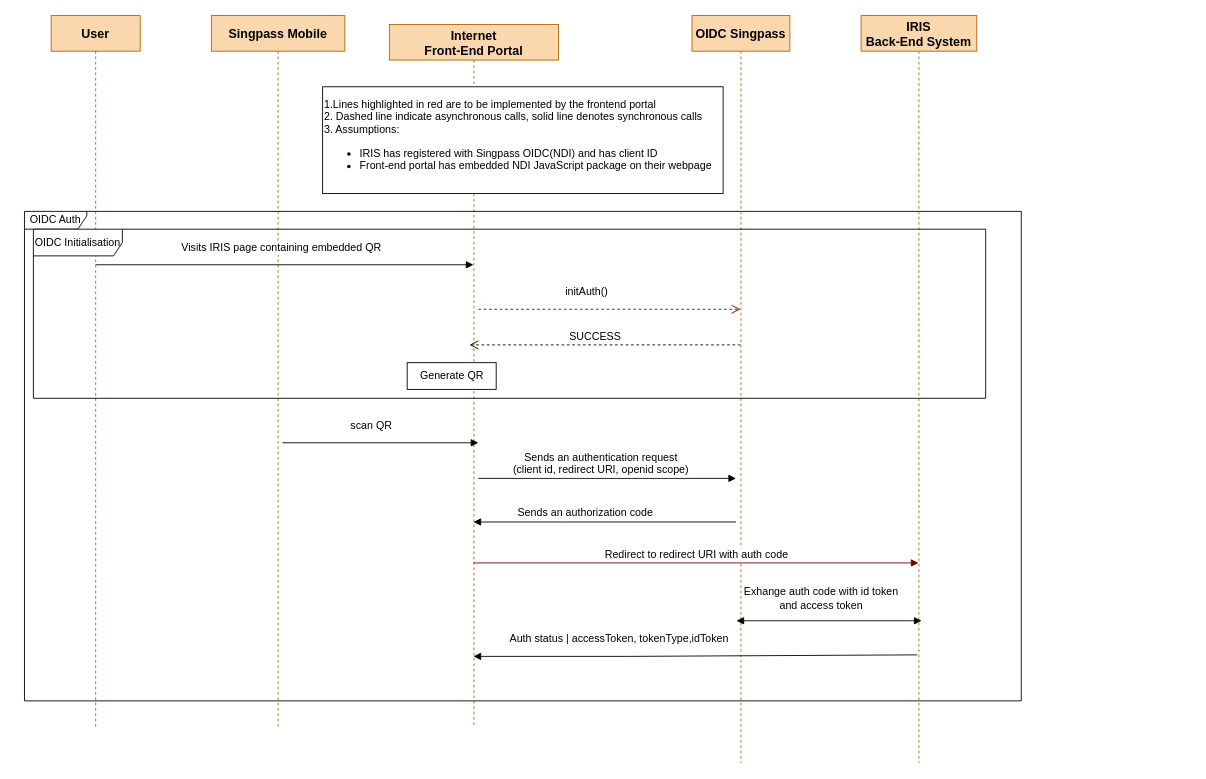
Above: updated auth flow.drawio in RachelGnanaraj/app.diagrams (draw.io), before the change. Source tidied: cells renumbered, new cells numbered last; positions are measured from the earlier drawing's top-left corner, leaving out a move shared by most shapes. Both pictures are drawn from the tidied source at 89%, with x=0, y=0 at pixel (24, 15).
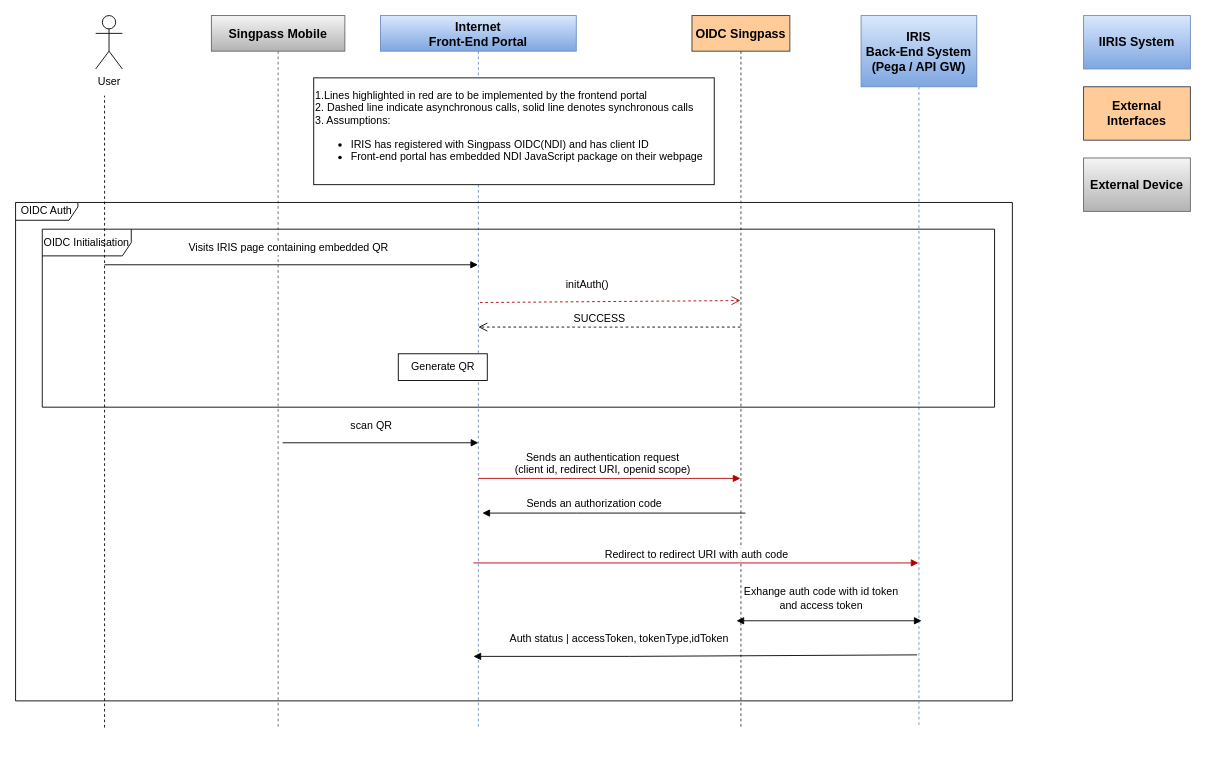
The same page after the edit.

What changed in the source:
```diff
@@
-    <mxCell id="2" value="User" style="shape=umlLifeline;perimeter=lifelinePerimeter;rounded=0;shadow=0;strokeWidth=1;fillColor=#fad7ac;strokeColor=#b46504;fontStyle=1;fontSize=14;" parent="1" vertex="1">
-      <mxGeometry x="30" width="100" height="800" as="geometry" />
-    </mxCell>
-    <mxCell id="3" value="Singpass Mobile" style="shape=umlLifeline;perimeter=lifelinePerimeter;rounded=0;shadow=0;strokeWidth=1;fontSize=14;fontStyle=1;fillColor=#fad7ac;strokeColor=#b46504;" parent="1" vertex="1">
+    <mxCell id="3" value="Singpass Mobile" style="shape=umlLifeline;perimeter=lifelinePerimeter;rounded=0;shadow=0;strokeWidth=1;fontSize=14;fontStyle=1;fillColor=#f5f5f5;strokeColor=#666666;gradientColor=#b3b3b3;" parent="1" vertex="1">
       <mxGeometry x="210" width="150" height="800" as="geometry" />
     </mxCell>
     <mxCell id="4" value="Visits IRIS page containing embedded QR" style="verticalAlign=bottom;endArrow=block;shadow=0;strokeWidth=1;fontSize=12;" parent="1" edge="1" target="5">
       <mxGeometry x="-0.01" y="10" relative="1" as="geometry">
-        <mxPoint x="80" y="280" as="sourcePoint" />
+        <mxPoint x="90" y="280" as="sourcePoint" />
         <mxPoint x="-1" as="offset" />
       </mxGeometry>
     </mxCell>
-    <mxCell id="5" value="Internet &#10;Front-End Portal" style="shape=umlLifeline;perimeter=lifelinePerimeter;rounded=0;shadow=0;strokeWidth=1;fillColor=#fad7ac;strokeColor=#b46504;fontSize=14;fontStyle=1;" parent="1" vertex="1">
-      <mxGeometry x="410" y="10" width="190" height="790" as="geometry" />
+    <mxCell id="5" value="Internet &#10;Front-End Portal" style="shape=umlLifeline;perimeter=lifelinePerimeter;rounded=0;shadow=0;strokeWidth=1;fillColor=#dae8fc;strokeColor=#6c8ebf;fontSize=14;fontStyle=1;gradientColor=#7ea6e0;" parent="1" vertex="1">
+      <mxGeometry x="400" width="220" height="800" as="geometry" />
     </mxCell>
@@
-    <mxCell id="7" value="initAuth()" style="verticalAlign=bottom;endArrow=open;dashed=1;endSize=8;shadow=0;strokeWidth=1;fillColor=#a20025;strokeColor=#6F0000;fontSize=12;" parent="5" edge="1" target="11">
-      <mxGeometry x="-0.17" y="10" relative="1" as="geometry">
-        <mxPoint x="100" y="320" as="sourcePoint" />
-      </mxGeometry>
-    </mxCell>
-    <mxCell id="8" value="SUCCESS" style="verticalAlign=bottom;endArrow=open;dashed=1;endSize=8;shadow=0;strokeWidth=1;fontSize=12;" parent="5" edge="1" source="11">
+    <mxCell id="8" value="SUCCESS" style="verticalAlign=bottom;endArrow=open;dashed=1;endSize=8;shadow=0;strokeWidth=1;fontSize=12;" parent="5" edge="1">
       <mxGeometry x="0.07" relative="1" as="geometry">
-        <mxPoint x="90" y="360" as="targetPoint" />
+        <mxPoint x="404.5" y="350" as="sourcePoint" />
+        <mxPoint x="110" y="350" as="targetPoint" />
       </mxGeometry>
     </mxCell>
@@
     <mxCell id="10" value="OIDC Auth" style="shape=umlFrame;whiteSpace=wrap;html=1;width=70;height=20;" parent="5" vertex="1">
-      <mxGeometry x="-410" y="210" width="1120" height="550" as="geometry" />
+      <mxGeometry x="-410" y="210" width="1120" height="560" as="geometry" />
     </mxCell>
-    <mxCell id="11" value="OIDC Singpass" style="shape=umlLifeline;perimeter=lifelinePerimeter;rounded=0;shadow=0;strokeWidth=1;fillColor=#fad7ac;strokeColor=#b46504;fontSize=14;fontStyle=1;" parent="1" vertex="1">
-      <mxGeometry x="750" width="110" height="840" as="geometry" />
+    <mxCell id="11" value="OIDC Singpass" style="shape=umlLifeline;perimeter=lifelinePerimeter;rounded=0;shadow=0;strokeWidth=1;fillColor=#ffcc99;strokeColor=#36393d;fontSize=14;fontStyle=1;" parent="1" vertex="1">
+      <mxGeometry x="750" width="110" height="800" as="geometry" />
     </mxCell>
-    <mxCell id="12" value="IRIS&#10;Back-End System" style="shape=umlLifeline;perimeter=lifelinePerimeter;rounded=0;shadow=0;strokeWidth=1;fillColor=#fad7ac;strokeColor=#b46504;fontSize=14;fontStyle=1;" parent="1" vertex="1">
-      <mxGeometry x="940" width="130" height="840" as="geometry" />
+    <mxCell id="12" value="IRIS&#10;Back-End System&#10;(Pega / API GW)" style="shape=umlLifeline;perimeter=lifelinePerimeter;rounded=0;shadow=0;strokeWidth=1;fillColor=#dae8fc;strokeColor=#6c8ebf;fontSize=14;fontStyle=1;size=80;gradientColor=#7ea6e0;" parent="1" vertex="1">
+      <mxGeometry x="940" width="130" height="800" as="geometry" />
     </mxCell>
     <mxCell id="13" value="OIDC Initialisation" style="shape=umlFrame;whiteSpace=wrap;html=1;width=100;height=30;" parent="1" vertex="1">
-      <mxGeometry x="10" y="240" width="1070" height="190" as="geometry" />
+      <mxGeometry x="20" y="240" width="1070" height="200" as="geometry" />
     </mxCell>
@@
-    <mxCell id="15" value="Sends an authentication request&#10;(client id, redirect URI, openid scope)" style="verticalAlign=bottom;endArrow=block;shadow=0;strokeWidth=1;fontSize=12;" parent="1" edge="1">
+    <mxCell id="15" value="Sends an authentication request&#10;(client id, redirect URI, openid scope)" style="verticalAlign=bottom;endArrow=block;shadow=0;strokeWidth=1;fontSize=12;fillColor=#e51400;strokeColor=#B20000;" parent="1" edge="1" target="11">
       <mxGeometry x="-0.05" relative="1" as="geometry">
         <mxPoint x="510" y="520" as="sourcePoint" />
-        <mxPoint x="799.5" y="520" as="targetPoint" />
         <Array as="points">
           <mxPoint x="630" y="520" />
         </Array>
       </mxGeometry>
     </mxCell>
     <mxCell id="16" value="&lt;font style=&quot;font-size: 12px;&quot;&gt;Sends an authorization code&lt;/font&gt;" style="html=1;verticalAlign=bottom;endArrow=block;rounded=0;fontFamily=Helvetica;fontSize=14;" parent="1" edge="1">
       <mxGeometry x="0.15" relative="1" as="geometry">
-        <mxPoint x="799.5" y="569" as="sourcePoint" />
-        <mxPoint x="504.5" y="569" as="targetPoint" />
+        <mxPoint x="810" y="559" as="sourcePoint" />
+        <mxPoint x="514.5" y="559" as="targetPoint" />
         <Array as="points">
-          <mxPoint x="610" y="569" />
+          <mxPoint x="620" y="559" />
         </Array>
       </mxGeometry>
     </mxCell>
-    <mxCell id="17" value="Redirect to redirect URI with auth code" style="html=1;verticalAlign=bottom;endArrow=block;rounded=0;fontFamily=Helvetica;fontSize=12;fillColor=#a20025;strokeColor=#6F0000;" parent="1" edge="1">
+    <mxCell id="17" value="Redirect to redirect URI with auth code" style="html=1;verticalAlign=bottom;endArrow=block;rounded=0;fontFamily=Helvetica;fontSize=12;fillColor=#e51400;strokeColor=#B20000;" parent="1" edge="1">
       <mxGeometry relative="1" as="geometry">
         <mxPoint x="504.5" y="615" as="sourcePoint" />
         <mxPoint x="1004.5" y="615" as="targetPoint" />
       </mxGeometry>
     </mxCell>
@@
+    <mxCell id="2" value="User" style="shape=umlActor;verticalLabelPosition=bottom;verticalAlign=top;html=1;fontSize=12;" parent="1" vertex="1">
+      <mxGeometry x="80" width="30" height="60" as="geometry" />
+    </mxCell>
+    <mxCell id="21" style="endArrow=none;dashed=1;html=1;rounded=1;fontSize=12;" parent="1" edge="1">
+      <mxGeometry relative="1" as="geometry">
+        <mxPoint x="90" y="800" as="sourcePoint" />
+        <mxPoint x="90" y="90" as="targetPoint" />
+      </mxGeometry>
+    </mxCell>
+    <mxCell id="22" value="&lt;font style=&quot;font-size: 14px;&quot;&gt;&lt;b&gt;IIRIS System&lt;/b&gt;&lt;/font&gt;" style="rounded=0;whiteSpace=wrap;html=1;fontSize=12;fillColor=#dae8fc;gradientColor=#7ea6e0;strokeColor=#6c8ebf;" parent="1" vertex="1">
+      <mxGeometry x="1190" width="120" height="60" as="geometry" />
+    </mxCell>
+    <mxCell id="23" value="&lt;font style=&quot;font-size: 14px;&quot;&gt;&lt;b&gt;External Interfaces&lt;/b&gt;&lt;/font&gt;" style="rounded=0;whiteSpace=wrap;html=1;fontSize=12;fillColor=#ffcc99;strokeColor=#36393d;" parent="1" vertex="1">
+      <mxGeometry x="1190" y="80" width="120" height="60" as="geometry" />
+    </mxCell>
+    <mxCell id="7" value="initAuth()" style="verticalAlign=bottom;endArrow=open;dashed=1;endSize=8;shadow=0;strokeWidth=1;fillColor=#e51400;strokeColor=#B20000;fontSize=12;exitX=0.508;exitY=0.403;exitDx=0;exitDy=0;exitPerimeter=0;" parent="1" edge="1" source="5">
+      <mxGeometry x="-0.17" y="10" relative="1" as="geometry">
+        <mxPoint x="804.5" y="320.2" as="targetPoint" />
+      </mxGeometry>
+    </mxCell>
+    <mxCell id="24" value="&lt;b&gt;External Device&lt;/b&gt;" style="rounded=0;whiteSpace=wrap;html=1;fontSize=14;fillColor=#f5f5f5;strokeColor=#666666;gradientColor=#b3b3b3;" parent="1" vertex="1">
+      <mxGeometry x="1190" y="160" width="120" height="60" as="geometry" />
+    </mxCell>
```
